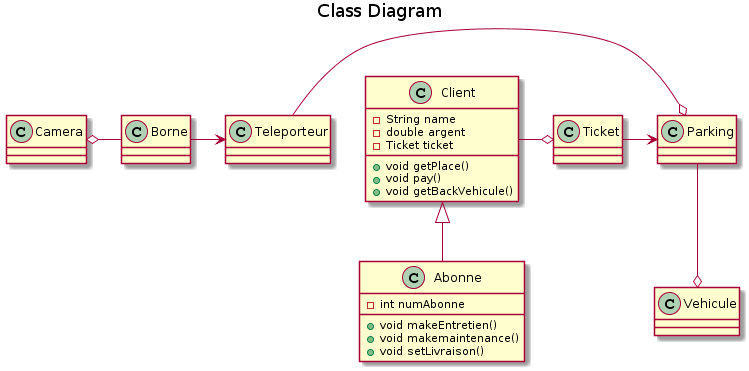
YoannGa/PTUT2018 keeps this PlantUML diagram as Documentation/classV1.png. Above is the earlier version.
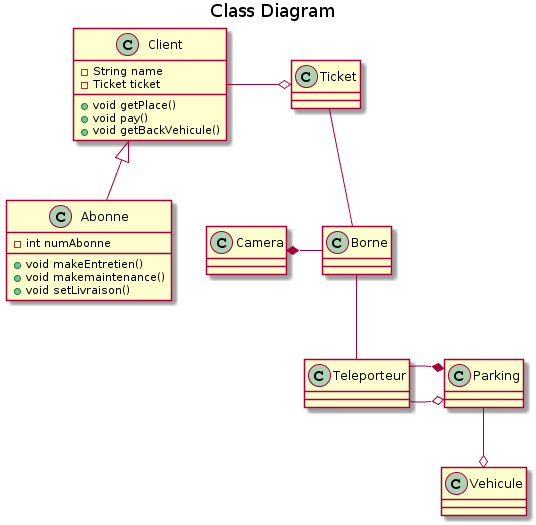
After the change.

Commit message:
CLASS: modif V1

What changed in the source:
```diff
@@ -4,7 +4,6 @@
 
 class Client {
   - String name
-  - double argent
   - Ticket ticket
   +void getPlace()
   +void pay()
@@ -44,10 +43,11 @@
 }
 
 Parking --o Vehicule
-Ticket -> Parking
+Ticket -- Borne
 Client -o Ticket
 Client <|-- Abonne
-Borne -> Teleporteur
-Camera o- Borne
+Borne -- Teleporteur
+Camera *- Borne
 Teleporteur -o Parking
+Teleporteur -* Parking
 @enduml
```
